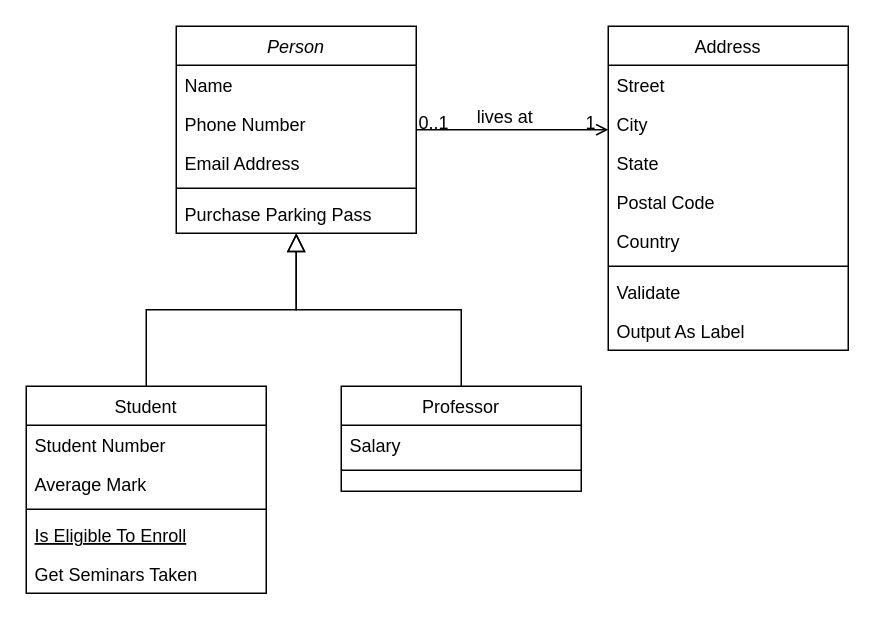
Earlier version of the draw.io diagram Untitled Diagram.drawio (samuelgiraldoconcha/samenrichment). Source tidied: cells renumbered, new cells numbered last; positions are measured from the earlier drawing's top-left corner, leaving out a move shared by most shapes. Both pictures are drawn from the tidied source at 150%, with x=0, y=0 at pixel (26, 26).
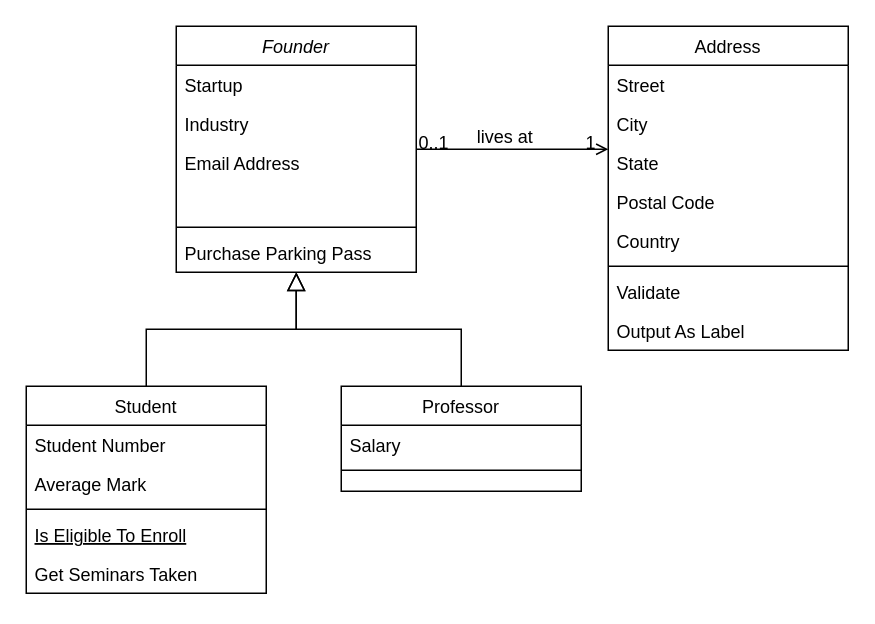
Above is the later version.

Commit message:
Added Founder object

Diff of the diagram source:
```diff
@@
-    <mxCell id="2" value="Person" style="swimlane;fontStyle=2;align=center;verticalAlign=top;horizontal=1;startSize=26;rounded=0;shadow=0;strokeWidth=1;" parent="1" vertex="1">
-      <mxGeometry x="100" width="160" height="138" as="geometry" />
+    <mxCell id="2" value="Founder" style="swimlane;fontStyle=2;align=center;verticalAlign=top;horizontal=1;startSize=26;rounded=0;shadow=0;strokeWidth=1;" parent="1" vertex="1">
+      <mxGeometry x="100" width="160" height="164" as="geometry" />
     </mxCell>
-    <mxCell id="3" value="Name" style="text;align=left;verticalAlign=top;spacingLeft=4;spacingRight=4;overflow=hidden;" parent="2" vertex="1">
+    <mxCell id="3" value="Startup" style="text;align=left;verticalAlign=top;spacingLeft=4;spacingRight=4;overflow=hidden;" parent="2" vertex="1">
       <mxGeometry y="26" width="160" height="26" as="geometry" />
     </mxCell>
-    <mxCell id="4" value="Phone Number" style="text;align=left;verticalAlign=top;spacingLeft=4;spacingRight=4;overflow=hidden;rounded=0;shadow=0;html=0;" parent="2" vertex="1">
+    <mxCell id="4" value="Industry" style="text;align=left;verticalAlign=top;spacingLeft=4;spacingRight=4;overflow=hidden;rounded=0;shadow=0;html=0;" parent="2" vertex="1">
       <mxGeometry y="52" width="160" height="26" as="geometry" />
     </mxCell>
@@
+    <mxCell id="32" style="text;align=left;verticalAlign=top;spacingLeft=4;spacingRight=4;overflow=hidden;rounded=0;shadow=0;html=0;" parent="2" vertex="1">
+      <mxGeometry y="104" width="160" height="26" as="geometry" />
+    </mxCell>
     <mxCell id="6" style="line;html=1;strokeWidth=1;align=left;verticalAlign=middle;spacingTop=-1;spacingLeft=3;spacingRight=3;labelPosition=right;" parent="2" vertex="1">
-      <mxGeometry y="104" width="160" height="8" as="geometry" />
+      <mxGeometry y="130" width="160" height="8" as="geometry" />
     </mxCell>
     <mxCell id="7" value="Purchase Parking Pass" style="text;align=left;verticalAlign=top;spacingLeft=4;spacingRight=4;overflow=hidden;" parent="2" vertex="1">
-      <mxGeometry y="112" width="160" height="26" as="geometry" />
+      <mxGeometry y="138" width="160" height="26" as="geometry" />
     </mxCell>
```
